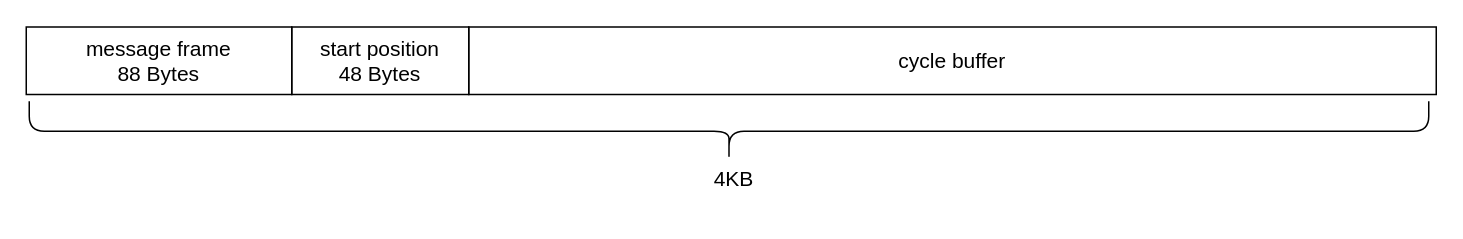
The draw.io diagram schematic/05-sw-IPC-overview.drawio in petrkucerak/diplom-thesis, before the edit. Source tidied: cells renumbered, new cells numbered last; positions are measured from the earlier drawing's top-left corner, leaving out a move shared by most shapes. Both pictures are drawn from the tidied source at 150%, with x=0, y=0 at pixel (26, -570).
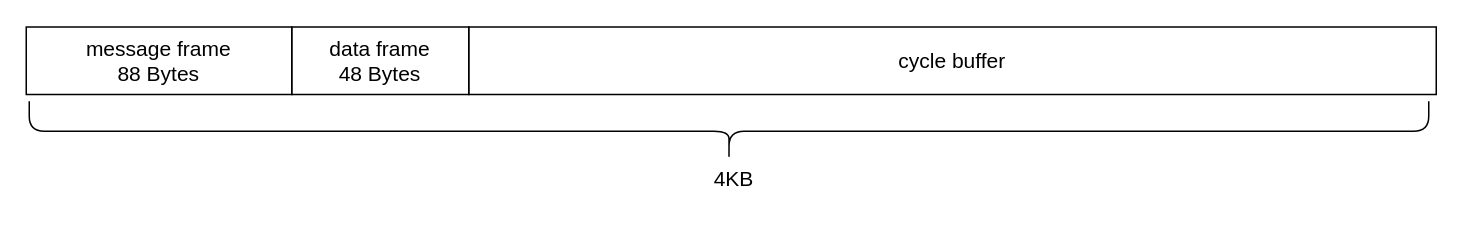
After the change.

Change to the diagram source:
```diff
@@
 <mxGraphModel>
   <root>
     <mxCell id="0" />
     <mxCell id="1" parent="0" />
     <mxCell id="2" value="message frame&lt;div&gt;88 Bytes&lt;/div&gt;" style="text;html=1;align=center;verticalAlign=middle;whiteSpace=wrap;rounded=0;strokeColor=default;fontSize=14;" parent="1" vertex="1">
       <mxGeometry y="397.5" width="177" height="45" as="geometry" />
     </mxCell>
     <mxCell id="3" value="cycle buffer" style="text;html=1;align=center;verticalAlign=middle;whiteSpace=wrap;rounded=0;strokeColor=default;fontSize=14;" parent="1" vertex="1">
       <mxGeometry x="295" y="397.5" width="645" height="45" as="geometry" />
     </mxCell>
-    <mxCell id="4" value="&lt;span style=&quot;color: rgb(0, 0, 0);&quot;&gt;start position&lt;/span&gt;&lt;div&gt;48 Bytes&lt;/div&gt;" style="text;html=1;align=center;verticalAlign=middle;whiteSpace=wrap;rounded=0;strokeColor=default;fontSize=14;" parent="1" vertex="1">
+    <mxCell id="4" value="&lt;span style=&quot;color: rgb(0, 0, 0);&quot;&gt;data frame&lt;/span&gt;&lt;div&gt;48 Bytes&lt;/div&gt;" style="text;html=1;align=center;verticalAlign=middle;whiteSpace=wrap;rounded=0;strokeColor=default;fontSize=14;" parent="1" vertex="1">
       <mxGeometry x="177" y="397.5" width="118" height="45" as="geometry" />
     </mxCell>
     <mxCell id="5" style="shape=curlyBracket;whiteSpace=wrap;html=1;rounded=1;flipH=1;labelPosition=right;verticalLabelPosition=middle;align=left;verticalAlign=middle;rotation=90;fontSize=14;" parent="1" vertex="1">
       <mxGeometry x="448.5" y="0.5" width="40" height="933" as="geometry" />
     </mxCell>
     <mxCell id="6" value="&lt;span style=&quot;color: rgb(0, 0, 0); font-family: Helvetica; font-style: normal; font-variant-ligatures: normal; font-variant-caps: normal; font-weight: 400; letter-spacing: normal; orphans: 2; text-indent: 0px; text-transform: none; widows: 2; word-spacing: 0px; -webkit-text-stroke-width: 0px; white-space: normal; background-color: rgb(255, 255, 255); text-decoration-thickness: initial; text-decoration-style: initial; text-decoration-color: initial; float: none; display: inline !important;&quot;&gt;4KB&lt;/span&gt;" style="text;whiteSpace=wrap;html=1;align=center;fontSize=14;" parent="1" vertex="1">
       <mxGeometry x="425" y="484" width="94" height="38" as="geometry" />
     </mxCell>
   </root>
 </mxGraphModel>
```
